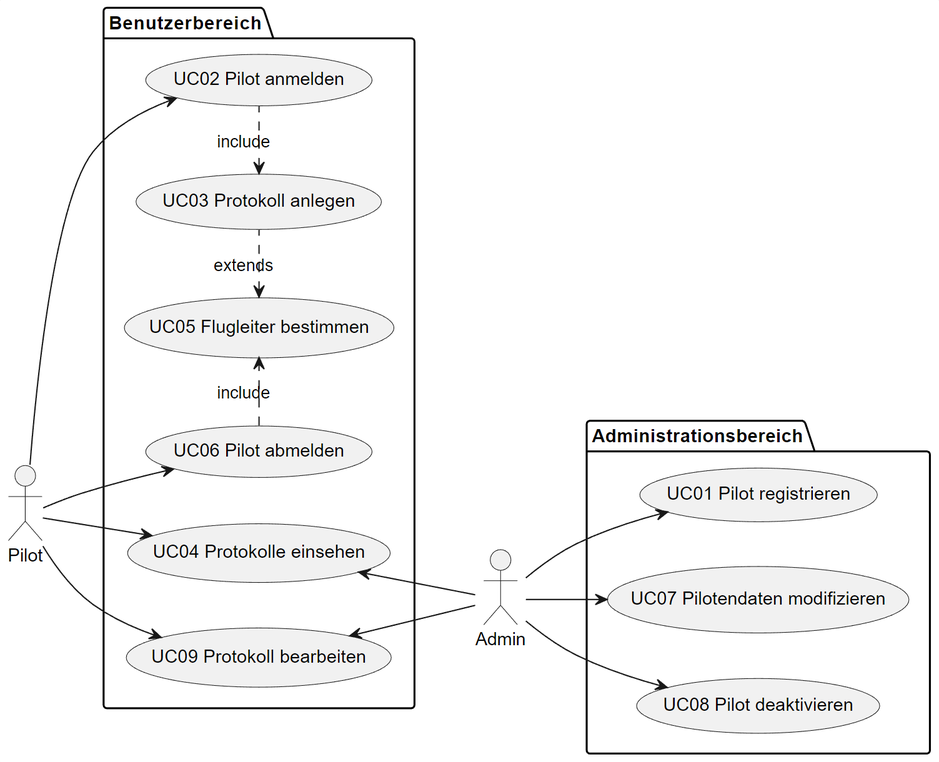
Earlier version of the PlantUML export docs/requirements/images/use_case_diagram.png (jakobkmar/E09-modellflug-logbuch). Its source is kept beside it as docs/requirements/resources/use_case_diagram.puml.
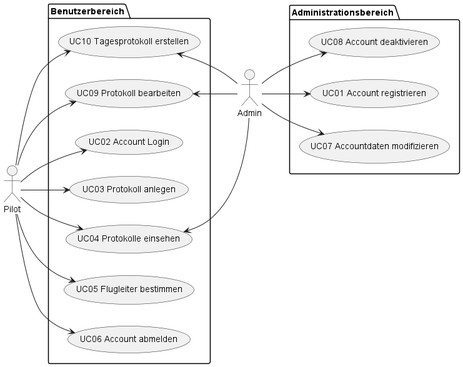
The same diagram one commit later.

What changed in the source:
```diff
@@ -3,30 +3,32 @@
 "Admin" as ac01
 "Pilot" as ac02
 package Benutzerbereich {
-    "UC02 Pilot anmelden" as (uc02)
+    "UC02 Account Login" as (uc02)
     "UC03 Protokoll anlegen" as (uc03)
     "UC04 Protokolle einsehen" as (uc04)
     "UC05 Flugleiter bestimmen" as (uc05)
-    "UC06 Pilot abmelden" as (uc06)
+    "UC06 Account abmelden" as (uc06)
     "UC09 Protokoll bearbeiten" as (uc09)
+    "UC10 Tagesprotokoll erstellen" as (uc10)
 }
 
 package Administrationsbereich {
-    "UC01 Pilot registrieren" as (uc01)
-    "UC07 Pilotendaten modifizieren" as (uc07)
-    "UC08 Pilot deaktivieren" as (uc08)
-
+    "UC01 Account registrieren" as (uc01)
+    "UC07 Accountdaten modifizieren" as (uc07)
+    "UC08 Account deaktivieren" as (uc08)
 }
 ac01 -d-> uc01
-ac01 -u-> uc04
+ac01 -d-> uc04
 ac01 -d-> uc07
-ac01 -d-> uc08
+ac01 -u-> uc08
 ac01 -u-> uc09
+ac01 -u-> uc10
+
+ac02 -d-> uc05
 ac02 -d-> uc02
 ac02 -d-> uc06
-ac02 -u-> uc09
-ac02 -u-> uc04
-uc02 .l.> uc03 :include
-uc03 .l.> uc05 :extends
-uc06 .r.> uc05 :include
+ac02 -d-> uc09
+ac02 -d-> uc04
+ac02 -d-> uc10
+ac02 -d-> uc03
 @enduml
```
